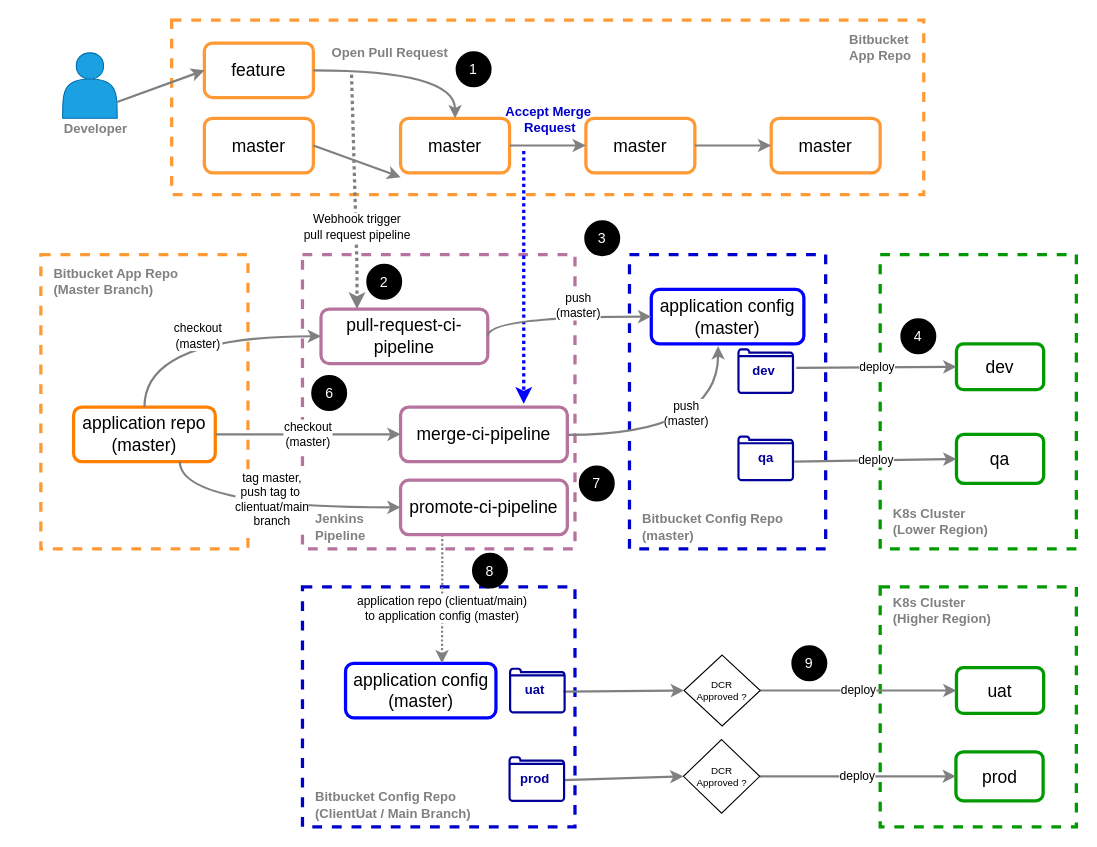
Before: page "Page-2" (2 of 2) of cicd.drawio in josephlim75/technologies, a draw.io diagram. Source tidied: cells renumbered, new cells numbered last; positions are measured from the earlier drawing's top-left corner, leaving out a move shared by most shapes. Both pictures are drawn from the tidied source at 109%, with x=0, y=0 at pixel (19, 20).
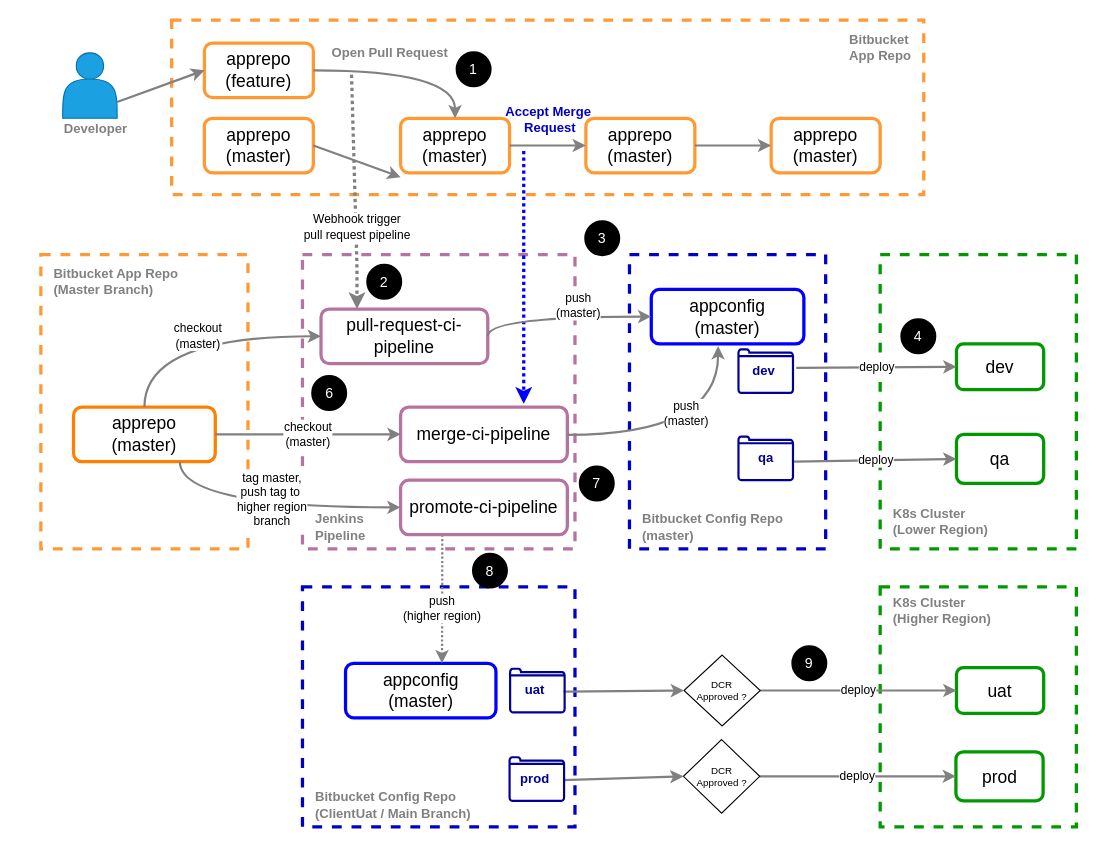
Above is the later version.

The change refers to these unchanged cells:
```xml
<mxCell id="70" value="&lt;span style=&quot;font-size: 16px&quot;&gt;promote-ci-pipeline&lt;/span&gt;" style="rounded=1;whiteSpace=wrap;html=1;strokeColor=#B5739D;strokeWidth=3;" parent="1" vertex="1">
  <mxGeometry x="350" y="422" width="153" height="50" as="geometry" />
</mxCell>
```

The edit, as a diff of the source:
```diff
@@
-    <mxCell id="5" value="&lt;font style=&quot;font-size: 16px&quot;&gt;feature&lt;/font&gt;" style="rounded=1;whiteSpace=wrap;html=1;fillColor=none;strokeWidth=3;strokeColor=#FF9933;" parent="1" vertex="1">
+    <mxCell id="5" value="&lt;span style=&quot;font-size: 16px&quot;&gt;apprepo&lt;/span&gt;&lt;br style=&quot;font-size: 16px&quot;&gt;&lt;span style=&quot;font-size: 16px&quot;&gt;(feature)&lt;/span&gt;" style="rounded=1;whiteSpace=wrap;html=1;fillColor=none;strokeWidth=3;strokeColor=#FF9933;" parent="1" vertex="1">
       <mxGeometry x="170" y="21" width="100" height="50" as="geometry" />
     </mxCell>
@@
-    <mxCell id="7" value="&lt;font style=&quot;font-size: 16px&quot;&gt;master&lt;/font&gt;" style="rounded=1;whiteSpace=wrap;html=1;strokeColor=#FF9933;strokeWidth=3;" parent="1" vertex="1">
+    <mxCell id="7" value="&lt;font style=&quot;font-size: 16px&quot;&gt;apprepo&lt;br&gt;(master)&lt;/font&gt;" style="rounded=1;whiteSpace=wrap;html=1;strokeColor=#FF9933;strokeWidth=3;" parent="1" vertex="1">
       <mxGeometry x="170" y="90" width="100" height="50" as="geometry" />
     </mxCell>
-    <mxCell id="8" value="&lt;font style=&quot;font-size: 16px&quot;&gt;master&lt;/font&gt;" style="rounded=1;whiteSpace=wrap;html=1;strokeColor=#FF9933;strokeWidth=3;" parent="1" vertex="1">
+    <mxCell id="8" value="&lt;span style=&quot;font-size: 16px&quot;&gt;apprepo&lt;/span&gt;&lt;br style=&quot;font-size: 16px&quot;&gt;&lt;span style=&quot;font-size: 16px&quot;&gt;(master)&lt;/span&gt;" style="rounded=1;whiteSpace=wrap;html=1;strokeColor=#FF9933;strokeWidth=3;" parent="1" vertex="1">
       <mxGeometry x="350" y="90" width="100" height="50" as="geometry" />
     </mxCell>
-    <mxCell id="9" value="&lt;font style=&quot;font-size: 16px&quot;&gt;master&lt;/font&gt;" style="rounded=1;whiteSpace=wrap;html=1;strokeColor=#FF9933;strokeWidth=3;" parent="1" vertex="1">
+    <mxCell id="9" value="&lt;span style=&quot;font-size: 16px&quot;&gt;apprepo&lt;/span&gt;&lt;br style=&quot;font-size: 16px&quot;&gt;&lt;span style=&quot;font-size: 16px&quot;&gt;(master)&lt;/span&gt;" style="rounded=1;whiteSpace=wrap;html=1;strokeColor=#FF9933;strokeWidth=3;" parent="1" vertex="1">
       <mxGeometry x="520" y="90" width="100" height="50" as="geometry" />
     </mxCell>
-    <mxCell id="10" value="&lt;font style=&quot;font-size: 16px&quot;&gt;master&lt;/font&gt;" style="rounded=1;whiteSpace=wrap;html=1;strokeColor=#FF9933;strokeWidth=3;" parent="1" vertex="1">
+    <mxCell id="10" value="&lt;span style=&quot;font-size: 16px&quot;&gt;apprepo&lt;/span&gt;&lt;br style=&quot;font-size: 16px&quot;&gt;&lt;span style=&quot;font-size: 16px&quot;&gt;(master)&lt;/span&gt;" style="rounded=1;whiteSpace=wrap;html=1;strokeColor=#FF9933;strokeWidth=3;" parent="1" vertex="1">
       <mxGeometry x="690" y="90" width="100" height="50" as="geometry" />
     </mxCell>
@@
-    <mxCell id="19" value="&lt;span style=&quot;font-size: 16px&quot;&gt;application repo&lt;br&gt;(master)&lt;br&gt;&lt;/span&gt;" style="rounded=1;whiteSpace=wrap;html=1;strokeColor=#FF8000;strokeWidth=3;" parent="1" vertex="1">
+    <mxCell id="19" value="&lt;span style=&quot;font-size: 16px&quot;&gt;apprepo&lt;/span&gt;&lt;br style=&quot;font-size: 16px&quot;&gt;&lt;span style=&quot;font-size: 16px&quot;&gt;(master)&lt;/span&gt;&lt;span style=&quot;font-size: 16px&quot;&gt;&lt;br&gt;&lt;/span&gt;" style="rounded=1;whiteSpace=wrap;html=1;strokeColor=#FF8000;strokeWidth=3;" parent="1" vertex="1">
       <mxGeometry x="50" y="355" width="130" height="50" as="geometry" />
     </mxCell>
@@
-    <mxCell id="31" value="&lt;span style=&quot;font-size: 16px&quot;&gt;application config&lt;br&gt;(master)&lt;br&gt;&lt;/span&gt;" style="rounded=1;whiteSpace=wrap;html=1;strokeColor=#0000FF;strokeWidth=3;" parent="1" vertex="1">
+    <mxCell id="31" value="&lt;span style=&quot;font-size: 16px&quot;&gt;appconfig&lt;/span&gt;&lt;br style=&quot;font-size: 16px&quot;&gt;&lt;span style=&quot;font-size: 16px&quot;&gt;(master)&lt;/span&gt;&lt;span style=&quot;font-size: 16px&quot;&gt;&lt;br&gt;&lt;/span&gt;" style="rounded=1;whiteSpace=wrap;html=1;strokeColor=#0000FF;strokeWidth=3;" parent="1" vertex="1">
       <mxGeometry x="580" y="247" width="140" height="50" as="geometry" />
     </mxCell>
@@
-    <mxCell id="53" value="&lt;span style=&quot;font-size: 16px&quot;&gt;application config&lt;br&gt;(master)&lt;br&gt;&lt;/span&gt;" style="rounded=1;whiteSpace=wrap;html=1;strokeColor=#0000FF;strokeWidth=3;" parent="1" vertex="1">
+    <mxCell id="53" value="&lt;span style=&quot;font-size: 16px&quot;&gt;appconfig&lt;br&gt;(master)&lt;br&gt;&lt;/span&gt;" style="rounded=1;whiteSpace=wrap;html=1;strokeColor=#0000FF;strokeWidth=3;" parent="1" vertex="1">
       <mxGeometry x="299.5" y="590" width="138" height="50" as="geometry" />
     </mxCell>
-    <mxCell id="54" value="application repo (clientuat/main) &lt;br&gt;to application config (master)" style="endArrow=classic;html=1;strokeColor=#808080;strokeWidth=2;exitX=0.25;exitY=1;exitDx=0;exitDy=0;edgeStyle=orthogonalEdgeStyle;elbow=vertical;curved=1;entryX=0.641;entryY=0;entryDx=0;entryDy=0;entryPerimeter=0;dashed=1;dashPattern=1 1;" parent="1" edge="1" source="70" target="53">
+    <mxCell id="54" value="push&lt;br&gt;(higher region)" style="endArrow=classic;html=1;strokeColor=#808080;strokeWidth=2;exitX=0.25;exitY=1;exitDx=0;exitDy=0;edgeStyle=orthogonalEdgeStyle;elbow=vertical;curved=1;entryX=0.641;entryY=0;entryDx=0;entryDy=0;entryPerimeter=0;dashed=1;dashPattern=1 1;" parent="1" edge="1" source="70" target="53">
       <mxGeometry x="0.15" relative="1" as="geometry" />
     </mxCell>
@@
-    <mxCell id="71" value="tag master,&lt;br&gt;push tag to&amp;nbsp;&lt;br&gt;clientuat/main&lt;br&gt;branch" style="endArrow=classic;html=1;strokeColor=#808080;strokeWidth=2;entryX=0;entryY=0.5;entryDx=0;entryDy=0;exitX=0.75;exitY=1;exitDx=0;exitDy=0;edgeStyle=orthogonalEdgeStyle;elbow=vertical;curved=1;" parent="1" edge="1" source="19" target="70">
+    <mxCell id="71" value="tag master,&lt;br&gt;push tag to&amp;nbsp;&lt;br&gt;higher region&lt;br&gt;branch" style="endArrow=classic;html=1;strokeColor=#808080;strokeWidth=2;entryX=0;entryY=0.5;entryDx=0;entryDy=0;exitX=0.75;exitY=1;exitDx=0;exitDy=0;edgeStyle=orthogonalEdgeStyle;elbow=vertical;curved=1;" parent="1" edge="1" source="19" target="70">
       <mxGeometry x="0.02" y="7" relative="1" as="geometry">
         <mxPoint x="1" as="offset" />
       </mxGeometry>
     </mxCell>
```
